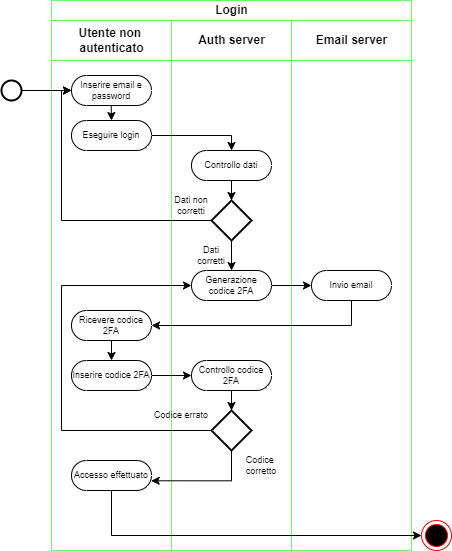
Before: second-deliverable/images/Login_Swimlane.drawio.png, a diagram exported from draw.io (IS-FixMi/Documentation-Source). Source tidied: cells renumbered, new cells last; positions are measured from the earlier drawing's top-left corner, leaving out a move shared by most shapes.
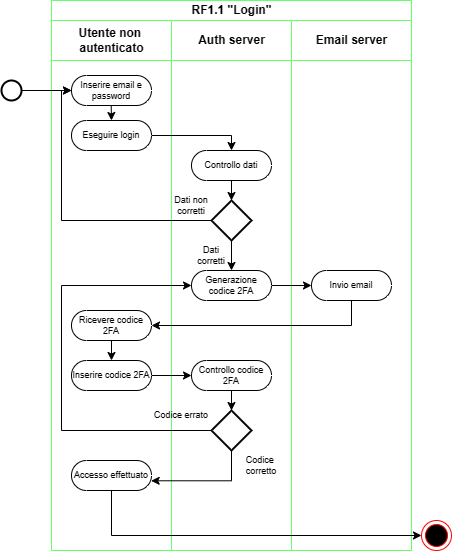
After the change.

Change to the diagram source:
```diff
@@ -2,7 +2,7 @@
   <root>
     <mxCell id="0" />
     <mxCell id="1" parent="0" />
-    <mxCell id="2" value="Login" style="swimlane;startSize=20;html=1;fontSize=12;strokeColor=#66FF66;" parent="1" vertex="1">
+    <mxCell id="2" value="RF1.1 &quot;Login&quot;" style="swimlane;startSize=20;html=1;fontSize=12;strokeColor=#66FF66;" parent="1" vertex="1">
       <mxGeometry x="50" width="360" height="550" as="geometry" />
     </mxCell>
     <mxCell id="3" value="Utente non&amp;nbsp;&lt;br&gt;autenticato" style="swimlane;startSize=40;html=1;strokeColor=#66FF66;" parent="2" vertex="1">
```
